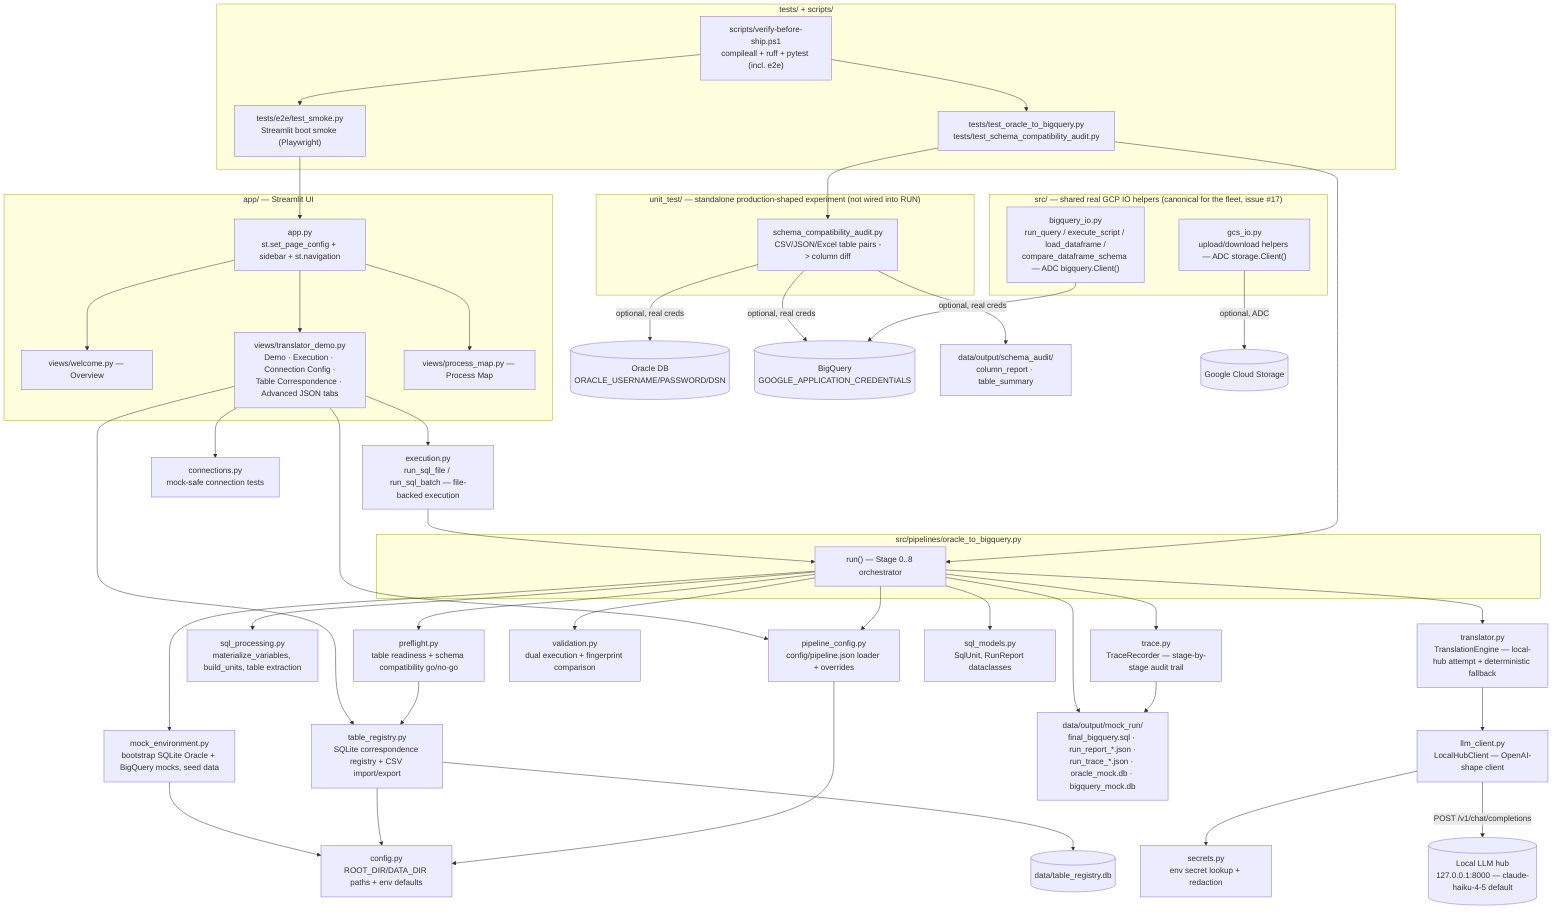
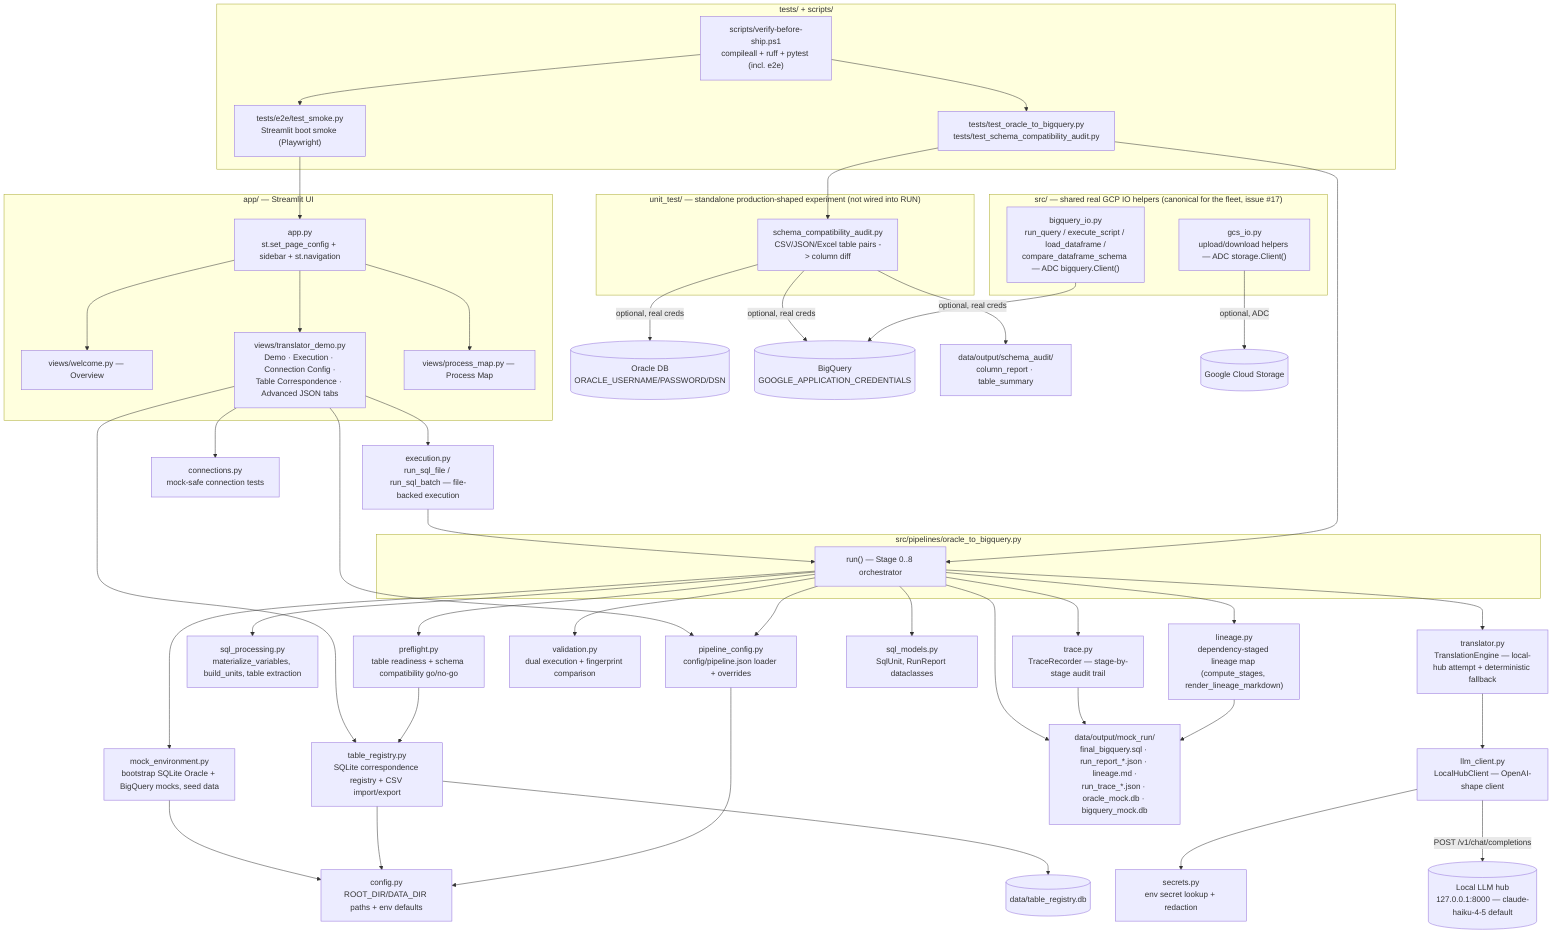
%% docs/architecture.mmd — oracle-to-gcp's own internal structure.
%% Hand-authored, not generated — this is the per-repo companion diagram to the
%% fleet-wide convention established in ferraroroberto/fleet-config#256. There is
%% no structured source to crawl for a repo's own internal shape, so it is
%% authored once and kept correct by discipline. Update this diagram in the
%% same PR as any material structural change (a new pipeline stage, a moved
%% module, a new external dependency) — same anti-staleness contract as this
%% repo's own `.fleet.toml` `description` field. See this repo's CLAUDE.md
%% "Internal architecture" section for the pointer.

flowchart TB
  subgraph ui["app/ — Streamlit UI"]
    APP["app.py\nst.set_page_config + sidebar + st.navigation"]
    WELCOME["views/welcome.py — Overview"]
    DEMO["views/translator_demo.py\nDemo · Execution · Connection Config ·\nTable Correspondence · Advanced JSON tabs"]
    PMAP["views/process_map.py — Process Map"]
  end
  APP --> WELCOME
  APP --> DEMO
  APP --> PMAP

  EXEC["execution.py\nrun_sql_file / run_sql_batch — file-backed execution"]
  CONN["connections.py\nmock-safe connection tests"]
  TABLEREG["table_registry.py\nSQLite correspondence registry + CSV import/export"]
  PIPECFG["pipeline_config.py\nconfig/pipeline.json loader + overrides"]
  DEMO --> EXEC
  DEMO --> CONN
  DEMO --> TABLEREG
  DEMO --> PIPECFG

  subgraph pipeline["src/pipelines/oracle_to_bigquery.py"]
    RUN["run() — Stage 0..8 orchestrator"]
  end
  EXEC --> RUN

  MOCKENV["mock_environment.py\nbootstrap SQLite Oracle + BigQuery mocks, seed data"]
  SQLPROC["sql_processing.py\nmaterialize_variables, build_units, table extraction"]
  PREFLIGHT["preflight.py\ntable readiness + schema compatibility go/no-go"]
  TRANSLATE["translator.py\nTranslationEngine — local-hub attempt + deterministic fallback"]
  VALIDATE["validation.py\ndual execution + fingerprint comparison"]
  TRACE["trace.py\nTraceRecorder — stage-by-stage audit trail"]
  MODELS["sql_models.py\nSqlUnit, RunReport dataclasses"]
+   LINEAGE["lineage.py\ndependency-staged lineage map (compute_stages, render_lineage_markdown)"]

  RUN --> MOCKENV
  RUN --> SQLPROC
  RUN --> PREFLIGHT
  RUN --> TRANSLATE
  RUN --> VALIDATE
  RUN --> TRACE
  RUN --> MODELS
+   RUN --> LINEAGE
  RUN --> PIPECFG

  PREFLIGHT --> TABLEREG
  TABLEREG --> REGDB[("data/table_registry.db")]

  LLMCLIENT["llm_client.py\nLocalHubClient — OpenAI-shape client"]
  SECRETS["secrets.py\nenv secret lookup + redaction"]
  TRANSLATE --> LLMCLIENT
  LLMCLIENT --> SECRETS
  LLMCLIENT -->|"POST /v1/chat/completions"| HUB[("Local LLM hub\n127.0.0.1:8000 — claude-haiku-4-5 default")]

  CONFIGPY["config.py\nROOT_DIR/DATA_DIR paths + env defaults"]
  MOCKENV --> CONFIGPY
  TABLEREG --> CONFIGPY
  PIPECFG --> CONFIGPY

-   ARTIFACTS["data/output/mock_run/\nfinal_bigquery.sql · run_report_*.json ·\nrun_trace_*.json · oracle_mock.db · bigquery_mock.db"]
+   ARTIFACTS["data/output/mock_run/\nfinal_bigquery.sql · run_report_*.json · lineage.md ·\nrun_trace_*.json · oracle_mock.db · bigquery_mock.db"]
  RUN --> ARTIFACTS
  TRACE --> ARTIFACTS
+   LINEAGE --> ARTIFACTS

  subgraph standalone["unit_test/ — standalone production-shaped experiment (not wired into RUN)"]
    AUDIT["schema_compatibility_audit.py\nCSV/JSON/Excel table pairs -> column diff"]
  end
  AUDIT -->|optional, real creds| ORACLEDB[("Oracle DB\nORACLE_USERNAME/PASSWORD/DSN")]
  AUDIT -->|optional, real creds| BQPROD[("BigQuery\nGOOGLE_APPLICATION_CREDENTIALS")]
  AUDIT --> AUDITOUT["data/output/schema_audit/\ncolumn_report · table_summary"]

  subgraph shared["src/ — shared real GCP IO helpers (canonical for the fleet, issue #17)"]
    GCSIO["gcs_io.py\nupload/download helpers — ADC storage.Client()"]
    BQIO["bigquery_io.py\nrun_query / execute_script / load_dataframe /\ncompare_dataframe_schema — ADC bigquery.Client()"]
  end
  GCSIO -->|optional, ADC| GCS[("Google Cloud Storage")]
  BQIO -->|optional, real creds| BQPROD

  subgraph testing["tests/ + scripts/"]
    GATE["scripts/verify-before-ship.ps1\ncompileall + ruff + pytest (incl. e2e)"]
    UNIT["tests/test_oracle_to_bigquery.py\ntests/test_schema_compatibility_audit.py"]
    E2E["tests/e2e/test_smoke.py\nStreamlit boot smoke (Playwright)"]
  end
  GATE --> UNIT
  GATE --> E2E
  UNIT --> RUN
  UNIT --> AUDIT
  E2E --> APP
